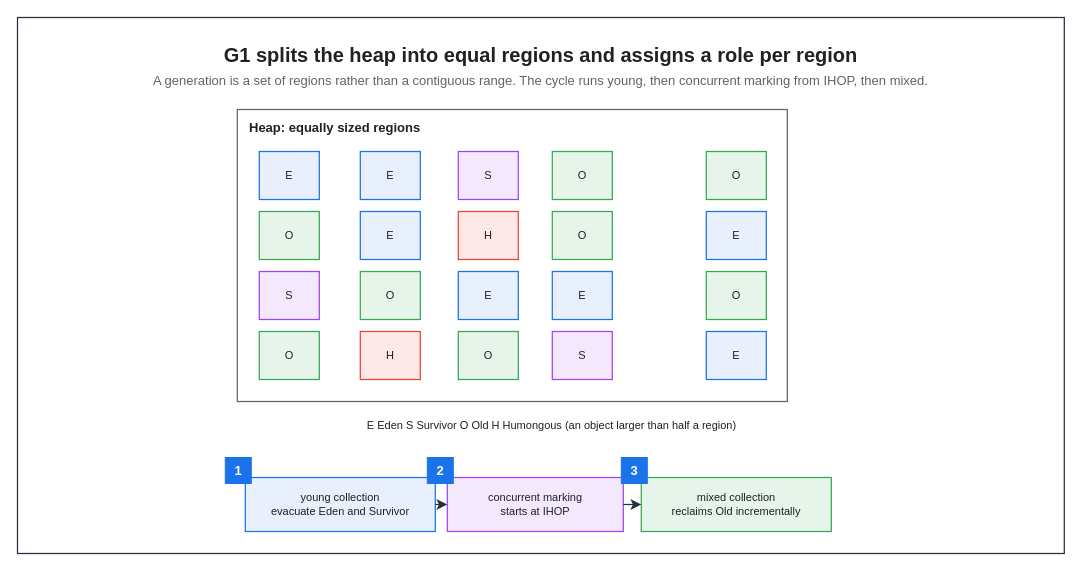
Above: assets/img/jvm/jvm-08-g1gc-regions.drawio in KKamJi98/kkamji98.github.io (draw.io), before the change. Source tidied: cells renumbered, new cells numbered last; positions are measured from the earlier drawing's top-left corner, leaving out a move shared by most shapes. Both pictures are drawn from the tidied source at 100%, with x=0, y=0 at pixel (17, 17).
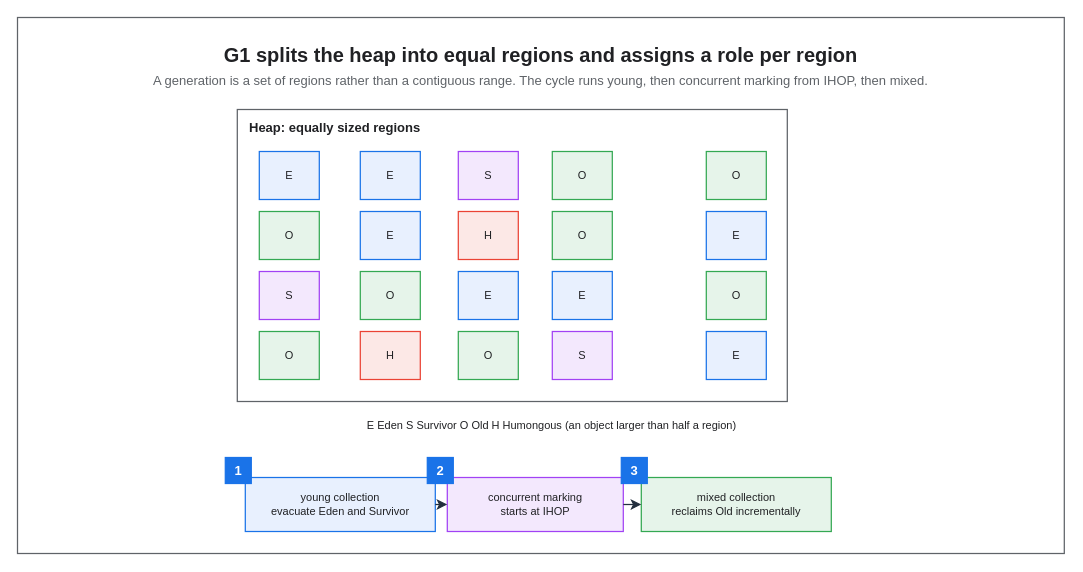
The same diagram, later.

Diff of the diagram source:
```diff
@@
-    <mxCell id="2" style="rounded=0;html=0;fillColor=none;strokeColor=#232F3E;fontColor=#202124;strokeWidth=1.25;" parent="1" vertex="1">
+    <mxCell id="2" style="rounded=0;html=0;fillColor=none;strokeColor=#5F6368;fontColor=#202124;strokeWidth=1.25;" parent="1" vertex="1">
       <mxGeometry width="1046.8" height="536" as="geometry" />
     </mxCell>
@@
-    <mxCell id="30" value="1" style="rounded=0;whiteSpace=wrap;html=0;fillColor=#1A73E8;strokeColor=#1A73E8;fontColor=#FFFFFF;fontSize=13;fontStyle=1;align=center;verticalAlign=middle;" parent="1" vertex="1">
+    <mxCell id="30" value="1" style="rounded=0;whiteSpace=wrap;html=0;fillColor=#1A73E8;strokeColor=#1A73E8;fontColor=#FFFFFF;fontSize=13;fontStyle=1;align=center;verticalAlign=middle;strokeWidth=1.25;" parent="1" vertex="1">
       <mxGeometry x="207.8" y="440" width="26" height="26" as="geometry" />
     </mxCell>
-    <mxCell id="31" value="2" style="rounded=0;whiteSpace=wrap;html=0;fillColor=#1A73E8;strokeColor=#1A73E8;fontColor=#FFFFFF;fontSize=13;fontStyle=1;align=center;verticalAlign=middle;" parent="1" vertex="1">
+    <mxCell id="31" value="2" style="rounded=0;whiteSpace=wrap;html=0;fillColor=#1A73E8;strokeColor=#1A73E8;fontColor=#FFFFFF;fontSize=13;fontStyle=1;align=center;verticalAlign=middle;strokeWidth=1.25;" parent="1" vertex="1">
       <mxGeometry x="409.8" y="440" width="26" height="26" as="geometry" />
     </mxCell>
-    <mxCell id="32" value="3" style="rounded=0;whiteSpace=wrap;html=0;fillColor=#1A73E8;strokeColor=#1A73E8;fontColor=#FFFFFF;fontSize=13;fontStyle=1;align=center;verticalAlign=middle;" parent="1" vertex="1">
+    <mxCell id="32" value="3" style="rounded=0;whiteSpace=wrap;html=0;fillColor=#1A73E8;strokeColor=#1A73E8;fontColor=#FFFFFF;fontSize=13;fontStyle=1;align=center;verticalAlign=middle;strokeWidth=1.25;" parent="1" vertex="1">
       <mxGeometry x="603.8" y="440" width="26" height="26" as="geometry" />
     </mxCell>
```
